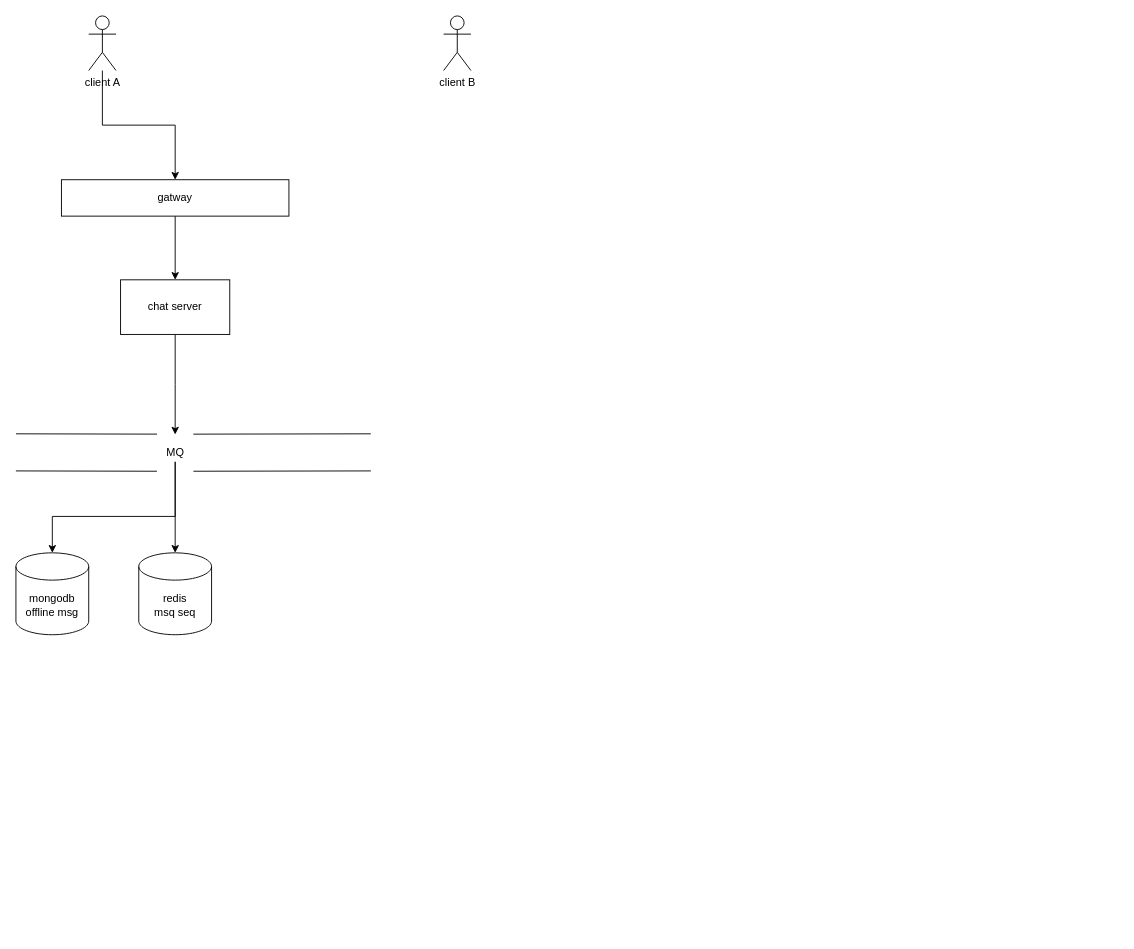
Above: chat.drawio in smakry/drawio (draw.io), before the change. Source tidied: cells renumbered, new cells numbered last; positions are measured from the earlier drawing's top-left corner, leaving out a move shared by most shapes. Both pictures are drawn from the tidied source at 91%, with x=0, y=0 at pixel (15, 15).
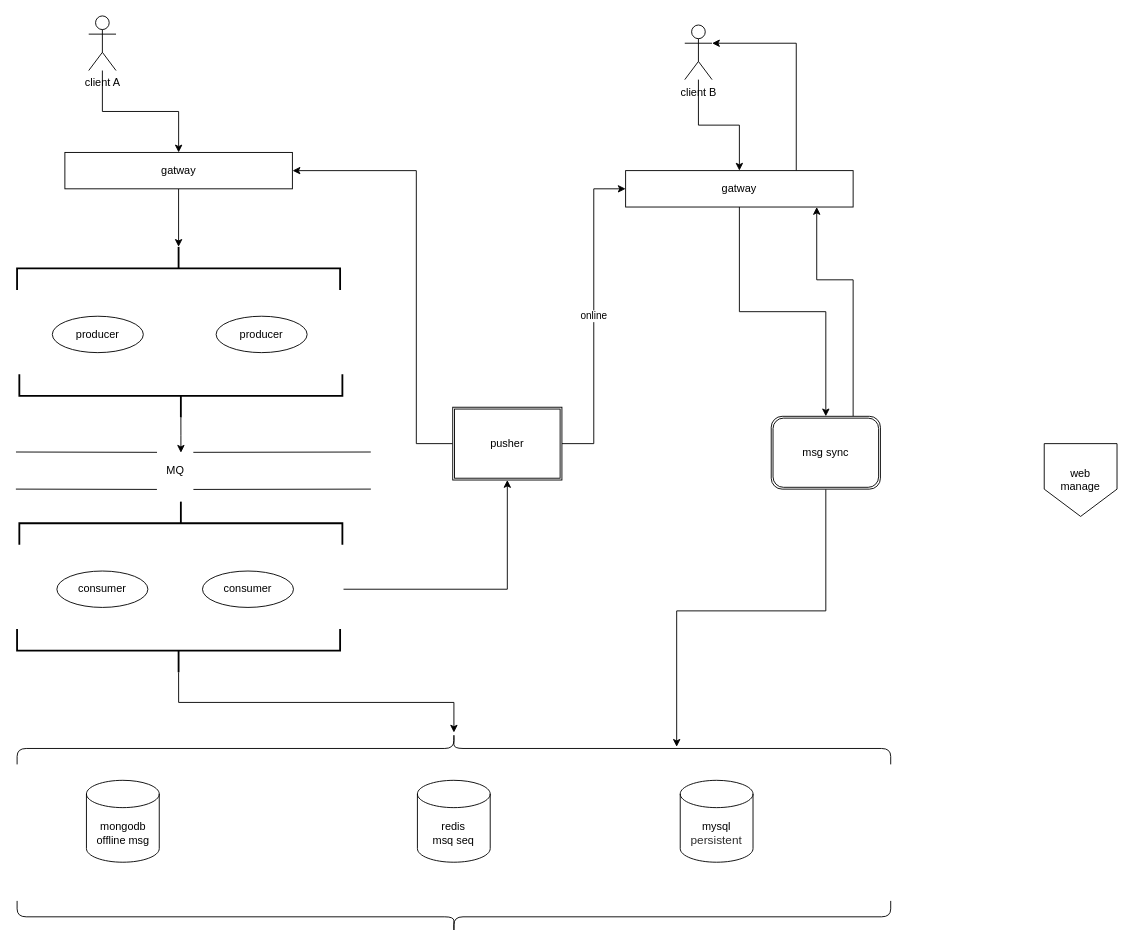
The same page after the edit.

What changed in the source:
```diff
@@
+    <mxCell id="16" style="edgeStyle=orthogonalEdgeStyle;rounded=0;jettySize=auto;html=1;" parent="1" edge="1" source="4" target="28">
+      <mxGeometry relative="1" as="geometry" />
+    </mxCell>
     <mxCell id="4" value="client B" style="shape=umlActor;verticalLabelPosition=bottom;verticalAlign=top;html=1;outlineConnect=0;" parent="1" vertex="1">
-      <mxGeometry x="470" width="30" height="60" as="geometry" />
+      <mxGeometry x="735" y="10" width="30" height="60" as="geometry" />
     </mxCell>
-    <mxCell id="5" style="edgeStyle=orthogonalEdgeStyle;rounded=0;jettySize=auto;html=1;" parent="1" edge="1" source="6" target="8">
-      <mxGeometry relative="1" as="geometry" />
-    </mxCell>
+    <mxCell id="17" style="edgeStyle=orthogonalEdgeStyle;rounded=0;jettySize=auto;html=1;entryX=0;entryY=0.5;entryDx=0;entryDy=0;entryPerimeter=0;" parent="1" edge="1" source="6" target="38">
+      <mxGeometry relative="1" as="geometry" />
+    </mxCell>
     <mxCell id="6" value="gatway" style="rounded=0;whiteSpace=wrap;html=1;" parent="1" vertex="1">
-      <mxGeometry x="50" y="180" width="250" height="40" as="geometry" />
+      <mxGeometry x="53.8" y="150" width="250" height="40" as="geometry" />
     </mxCell>
-    <mxCell id="7" style="edgeStyle=orthogonalEdgeStyle;rounded=0;jettySize=auto;html=1;" parent="1" edge="1" source="8">
-      <mxGeometry relative="1" as="geometry">
-        <mxPoint x="175" y="460" as="targetPoint" />
-      </mxGeometry>
-    </mxCell>
-    <mxCell id="8" value="chat server" style="whiteSpace=wrap;html=1;rounded=0;" parent="1" vertex="1">
-      <mxGeometry x="115" y="290" width="120" height="60" as="geometry" />
-    </mxCell>
     <mxCell id="9" style="shape=link;html=1;rounded=0;width=40.76923076923077;startArrow=none;" parent="1" edge="1" source="12">
       <mxGeometry relative="1" as="geometry">
-        <mxPoint x="390" y="479.6" as="targetPoint" />
+        <mxPoint x="390" y="499.6" as="targetPoint" />
       </mxGeometry>
     </mxCell>
-    <mxCell id="10" style="edgeStyle=orthogonalEdgeStyle;rounded=0;jettySize=auto;html=1;" parent="1" edge="1" source="12" target="15">
-      <mxGeometry relative="1" as="geometry" />
-    </mxCell>
-    <mxCell id="11" style="edgeStyle=orthogonalEdgeStyle;rounded=0;jettySize=auto;html=1;" parent="1" edge="1" source="12" target="14">
-      <mxGeometry relative="1" as="geometry">
-        <Array as="points">
-          <mxPoint x="175" y="550" />
-          <mxPoint x="40" y="550" />
-        </Array>
-      </mxGeometry>
-    </mxCell>
     <mxCell id="12" value="MQ" style="text;html=1;align=center;verticalAlign=middle;points=[];strokeColor=none;fillColor=none;" parent="1" vertex="1">
-      <mxGeometry x="155" y="470" width="40" height="20" as="geometry" />
+      <mxGeometry x="155" y="490" width="40" height="20" as="geometry" />
     </mxCell>
     <mxCell id="13" style="shape=link;html=1;rounded=0;width=40.76923076923077;endArrow=none;" parent="1" edge="1" target="12">
       <mxGeometry relative="1" as="geometry">
-        <mxPoint y="479.6" as="sourcePoint" />
+        <mxPoint y="499.6" as="sourcePoint" />
       </mxGeometry>
     </mxCell>
     <mxCell id="14" value="mongodb&lt;br&gt;offline msg&lt;br&gt;" style="shape=cylinder3;whiteSpace=wrap;html=1;boundedLbl=1;backgroundOutline=1;size=15;" parent="1" vertex="1">
-      <mxGeometry y="590" width="80" height="90" as="geometry" />
+      <mxGeometry x="77.5" y="840" width="80" height="90" as="geometry" />
     </mxCell>
     <mxCell id="15" value="redis&lt;br&gt;msq seq" style="shape=cylinder3;whiteSpace=wrap;html=1;boundedLbl=1;backgroundOutline=1;size=15;" parent="1" vertex="1">
-      <mxGeometry x="135" y="590" width="80" height="90" as="geometry" />
+      <mxGeometry x="441.2" y="840" width="80" height="90" as="geometry" />
     </mxCell>
+    <mxCell id="18" value="consumer" style="ellipse;whiteSpace=wrap;html=1;align=center;" parent="1" vertex="1">
+      <mxGeometry x="45" y="610" width="100" height="40" as="geometry" />
+    </mxCell>
+    <mxCell id="19" value="producer" style="ellipse;whiteSpace=wrap;html=1;align=center;" parent="1" vertex="1">
+      <mxGeometry x="220" y="330" width="100" height="40" as="geometry" />
+    </mxCell>
+    <mxCell id="20" value="consumer" style="ellipse;whiteSpace=wrap;html=1;align=center;" parent="1" vertex="1">
+      <mxGeometry x="205" y="610" width="100" height="40" as="geometry" />
+    </mxCell>
+    <mxCell id="21" style="edgeStyle=orthogonalEdgeStyle;rounded=0;jettySize=auto;html=1;" parent="1" edge="1" source="22" target="32">
+      <mxGeometry relative="1" as="geometry" />
+    </mxCell>
+    <mxCell id="22" style="strokeWidth=2;html=1;shape=mxgraph.flowchart.annotation_2;align=left;labelPosition=right;rotation=-90;" parent="1" vertex="1">
+      <mxGeometry x="155" y="520" width="47.5" height="355" as="geometry" />
+    </mxCell>
+    <mxCell id="23" style="edgeStyle=orthogonalEdgeStyle;rounded=0;jettySize=auto;html=1;entryX=0.5;entryY=1;entryDx=0;entryDy=0;" parent="1" edge="1" target="36">
+      <mxGeometry relative="1" as="geometry">
+        <mxPoint x="360" y="630" as="sourcePoint" />
+        <Array as="points">
+          <mxPoint x="360" y="630" />
+          <mxPoint x="540" y="630" />
+        </Array>
+      </mxGeometry>
+    </mxCell>
+    <mxCell id="24" style="strokeWidth=2;html=1;shape=mxgraph.flowchart.annotation_2;align=left;labelPosition=right;rotation=90;" parent="1" vertex="1">
+      <mxGeometry x="157.5" y="380" width="47.5" height="355" as="geometry" />
+    </mxCell>
+    <mxCell id="25" value="mysql&lt;br&gt;&lt;span style=&quot;caret-color: rgb(46, 46, 46); color: rgb(46, 46, 46); font-family: Hei; font-size: 13px; text-align: start; text-size-adjust: auto;&quot;&gt;persistent&lt;/span&gt;" style="shape=cylinder3;whiteSpace=wrap;html=1;boundedLbl=1;backgroundOutline=1;size=15;" parent="1" vertex="1">
+      <mxGeometry x="730" y="840" width="80" height="90" as="geometry" />
+    </mxCell>
+    <mxCell id="26" style="edgeStyle=orthogonalEdgeStyle;rounded=0;jettySize=auto;html=1;" parent="1" edge="1" source="28" target="31">
+      <mxGeometry relative="1" as="geometry" />
+    </mxCell>
+    <mxCell id="27" style="edgeStyle=orthogonalEdgeStyle;rounded=0;jettySize=auto;html=1;exitX=0.75;exitY=0;exitDx=0;exitDy=0;entryX=1;entryY=0.3333333333333333;entryDx=0;entryDy=0;entryPerimeter=0;" parent="1" edge="1" source="28" target="4">
+      <mxGeometry relative="1" as="geometry" />
+    </mxCell>
+    <mxCell id="28" value="gatway" style="rounded=0;whiteSpace=wrap;html=1;" parent="1" vertex="1">
+      <mxGeometry x="670" y="170" width="250" height="40" as="geometry" />
+    </mxCell>
+    <mxCell id="29" style="edgeStyle=orthogonalEdgeStyle;rounded=0;jettySize=auto;html=1;entryX=0.447;entryY=0.755;entryDx=0;entryDy=0;entryPerimeter=0;" parent="1" edge="1" source="31" target="32">
+      <mxGeometry relative="1" as="geometry" />
+    </mxCell>
+    <mxCell id="30" style="edgeStyle=orthogonalEdgeStyle;rounded=0;jettySize=auto;html=1;exitX=0.75;exitY=0;exitDx=0;exitDy=0;" parent="1" edge="1" source="31">
+      <mxGeometry relative="1" as="geometry">
+        <mxPoint x="880" y="210" as="targetPoint" />
+        <Array as="points">
+          <mxPoint x="920" y="290" />
+          <mxPoint x="880" y="290" />
+        </Array>
+      </mxGeometry>
+    </mxCell>
+    <mxCell id="31" value="msg sync" style="shape=ext;double=1;rounded=1;whiteSpace=wrap;html=1;" parent="1" vertex="1">
+      <mxGeometry x="830" y="440" width="120" height="80" as="geometry" />
+    </mxCell>
+    <mxCell id="32" style="shape=curlyBracket;whiteSpace=wrap;html=1;rounded=1;flipH=1;strokeWidth=1;rotation=-90;" parent="1" vertex="1">
+      <mxGeometry x="463.8" y="325" width="35" height="960" as="geometry" />
+    </mxCell>
+    <mxCell id="33" style="shape=curlyBracket;whiteSpace=wrap;html=1;rounded=1;flipH=1;strokeWidth=1;rotation=90;" parent="1" vertex="1">
+      <mxGeometry x="463.8" y="510" width="35" height="960" as="geometry" />
+    </mxCell>
+    <mxCell id="34" style="edgeStyle=orthogonalEdgeStyle;rounded=0;jettySize=auto;html=1;" parent="1" edge="1" source="36">
+      <mxGeometry relative="1" as="geometry">
+        <mxPoint x="304" y="170" as="targetPoint" />
+        <Array as="points">
+          <mxPoint x="440" y="470" />
+          <mxPoint x="440" y="170" />
+        </Array>
+      </mxGeometry>
+    </mxCell>
+    <mxCell id="35" value="online" style="edgeStyle=orthogonalEdgeStyle;rounded=0;jettySize=auto;html=1;entryX=0;entryY=0.5;entryDx=0;entryDy=0;" parent="1" edge="1" source="36" target="28">
+      <mxGeometry relative="1" as="geometry" />
+    </mxCell>
+    <mxCell id="36" value="pusher" style="shape=ext;double=1;rounded=0;whiteSpace=wrap;html=1;strokeWidth=1;" parent="1" vertex="1">
+      <mxGeometry x="480" y="430" width="120" height="80" as="geometry" />
+    </mxCell>
+    <mxCell id="37" value="producer" style="ellipse;whiteSpace=wrap;html=1;align=center;" parent="1" vertex="1">
+      <mxGeometry x="40" y="330" width="100" height="40" as="geometry" />
+    </mxCell>
+    <mxCell id="38" style="strokeWidth=2;html=1;shape=mxgraph.flowchart.annotation_2;align=left;labelPosition=right;rotation=90;" parent="1" vertex="1">
+      <mxGeometry x="155" y="100" width="47.5" height="355" as="geometry" />
+    </mxCell>
+    <mxCell id="39" style="edgeStyle=orthogonalEdgeStyle;rounded=0;jettySize=auto;html=1;" parent="1" edge="1" source="40">
+      <mxGeometry relative="1" as="geometry">
+        <mxPoint x="181.3" y="480" as="targetPoint" />
+      </mxGeometry>
+    </mxCell>
+    <mxCell id="40" style="strokeWidth=2;html=1;shape=mxgraph.flowchart.annotation_2;align=left;labelPosition=right;rotation=-90;" parent="1" vertex="1">
+      <mxGeometry x="157.5" y="240" width="47.5" height="355" as="geometry" />
+    </mxCell>
+    <mxCell id="41" value="web&lt;br&gt;manage" style="shape=offPageConnector;whiteSpace=wrap;html=1;strokeWidth=1;" parent="1" vertex="1">
+      <mxGeometry x="1130" y="470" width="80" height="80" as="geometry" />
+    </mxCell>
```
